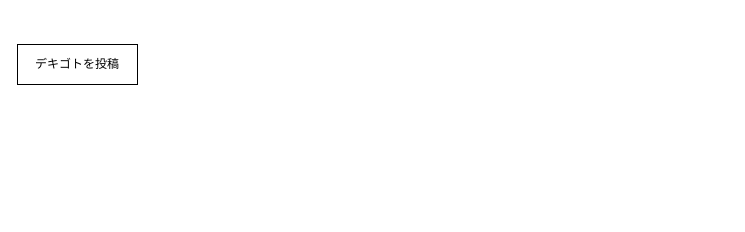
Before: page "処理の流れ" (3 of 3) of 名称未設定ファイル.drawio in omoikanelulu/Three_good_things, a draw.io diagram. Source tidied: cells renumbered, new cells numbered last; positions are measured from the earlier drawing's top-left corner, leaving out a move shared by most shapes. Both pictures are drawn from the tidied source at 100%, with x=0, y=0 at pixel (17, 44).
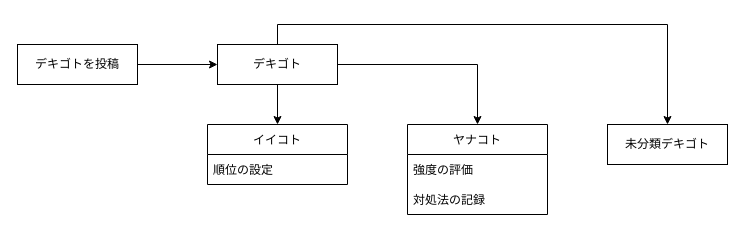
After the change.

Change to the diagram source:
```diff
@@
 <mxGraphModel>
   <root>
     <mxCell id="0" />
     <mxCell id="1" parent="0" />
+    <mxCell id="3" style="edgeStyle=orthogonalEdgeStyle;rounded=0;jettySize=auto;html=1;exitX=1;exitY=0.5;exitDx=0;exitDy=0;entryX=0;entryY=0.5;entryDx=0;entryDy=0;" parent="1" edge="1" source="2" target="7">
+      <mxGeometry relative="1" as="geometry" />
+    </mxCell>
     <mxCell id="2" value="デキゴトを投稿" style="rounded=0;whiteSpace=wrap;html=1;" parent="1" vertex="1">
       <mxGeometry width="120" height="40" as="geometry" />
     </mxCell>
+    <mxCell id="4" style="edgeStyle=orthogonalEdgeStyle;rounded=0;jettySize=auto;html=1;exitX=0.5;exitY=0;exitDx=0;exitDy=0;entryX=0.5;entryY=0;entryDx=0;entryDy=0;" parent="1" edge="1" source="7" target="8">
+      <mxGeometry relative="1" as="geometry" />
+    </mxCell>
+    <mxCell id="5" style="edgeStyle=orthogonalEdgeStyle;rounded=0;jettySize=auto;html=1;exitX=1;exitY=0.5;exitDx=0;exitDy=0;entryX=0.5;entryY=0;entryDx=0;entryDy=0;" parent="1" edge="1" source="7" target="9">
+      <mxGeometry relative="1" as="geometry" />
+    </mxCell>
+    <mxCell id="6" style="edgeStyle=orthogonalEdgeStyle;rounded=0;jettySize=auto;html=1;exitX=0.5;exitY=1;exitDx=0;exitDy=0;entryX=0.5;entryY=0;entryDx=0;entryDy=0;" parent="1" edge="1" source="7" target="12">
+      <mxGeometry relative="1" as="geometry" />
+    </mxCell>
+    <mxCell id="7" value="デキゴト" style="rounded=0;whiteSpace=wrap;html=1;" parent="1" vertex="1">
+      <mxGeometry x="200" width="120" height="40" as="geometry" />
+    </mxCell>
+    <mxCell id="8" value="未分類デキゴト" style="rounded=0;whiteSpace=wrap;html=1;" parent="1" vertex="1">
+      <mxGeometry x="590" y="80" width="120" height="40" as="geometry" />
+    </mxCell>
+    <mxCell id="9" value="ヤナコト" style="swimlane;fontStyle=0;horizontal=1;startSize=30;" parent="1" vertex="1">
+      <mxGeometry x="390" y="80" width="140" height="90" as="geometry" />
+    </mxCell>
+    <mxCell id="10" value="強度の評価" style="text;strokeColor=none;fillColor=none;align=left;verticalAlign=middle;spacingLeft=4;spacingRight=4;overflow=hidden;" parent="9" vertex="1">
+      <mxGeometry y="30" width="140" height="30" as="geometry" />
+    </mxCell>
+    <mxCell id="11" value="対処法の記録" style="text;strokeColor=none;fillColor=none;align=left;verticalAlign=middle;spacingLeft=4;spacingRight=4;overflow=hidden;" parent="9" vertex="1">
+      <mxGeometry y="60" width="140" height="30" as="geometry" />
+    </mxCell>
+    <mxCell id="12" value="イイコト" style="swimlane;fontStyle=0;horizontal=1;startSize=30;" parent="1" vertex="1">
+      <mxGeometry x="190" y="80" width="140" height="60" as="geometry" />
+    </mxCell>
+    <mxCell id="13" value="順位の設定" style="text;strokeColor=none;fillColor=none;align=left;verticalAlign=middle;spacingLeft=4;spacingRight=4;overflow=hidden;" parent="12" vertex="1">
+      <mxGeometry y="30" width="140" height="30" as="geometry" />
+    </mxCell>
   </root>
 </mxGraphModel>
```
